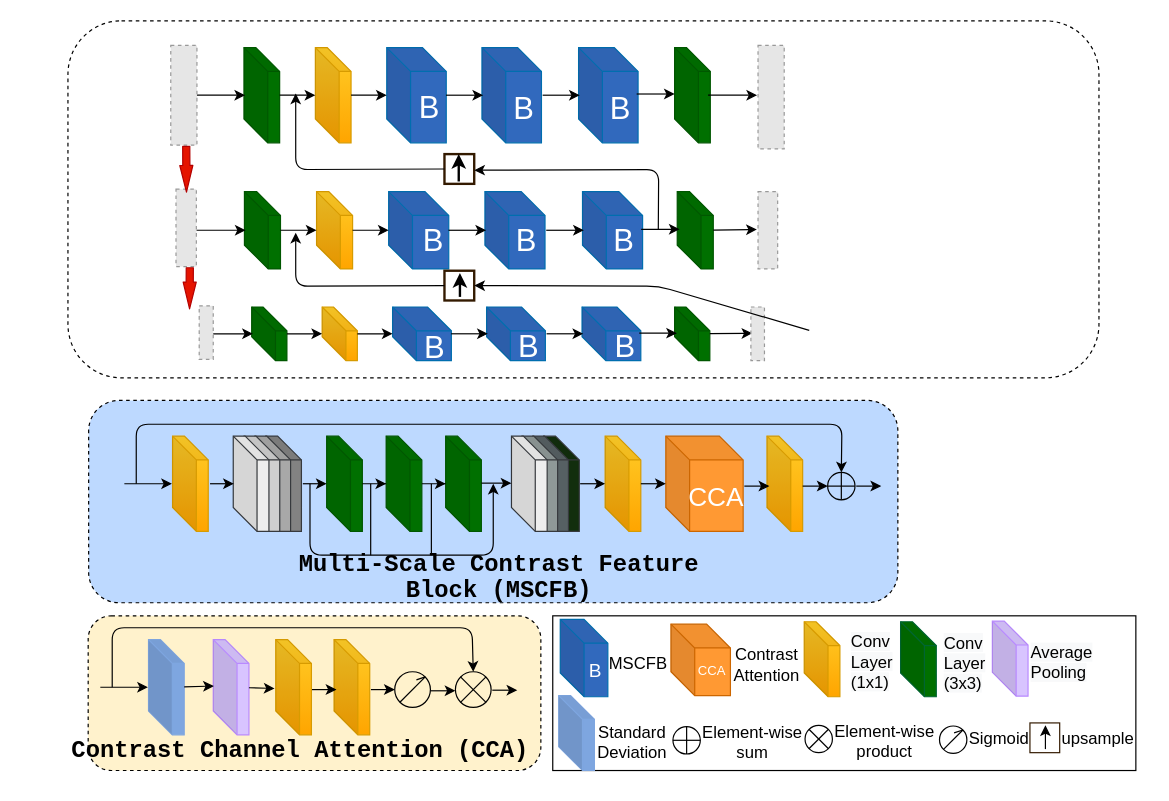
The draw.io diagram photo/LPNet.drawio in JiaqianLi/TEST, before the edit. Source tidied: cells renumbered, new cells numbered last; positions are measured from the earlier drawing's top-left corner, leaving out a move shared by most shapes. Both pictures are drawn from the tidied source at 119%, with x=0, y=0 at pixel (20, 20). Pictures stored in the file or linked from it are replaced by grey dashed boxes.
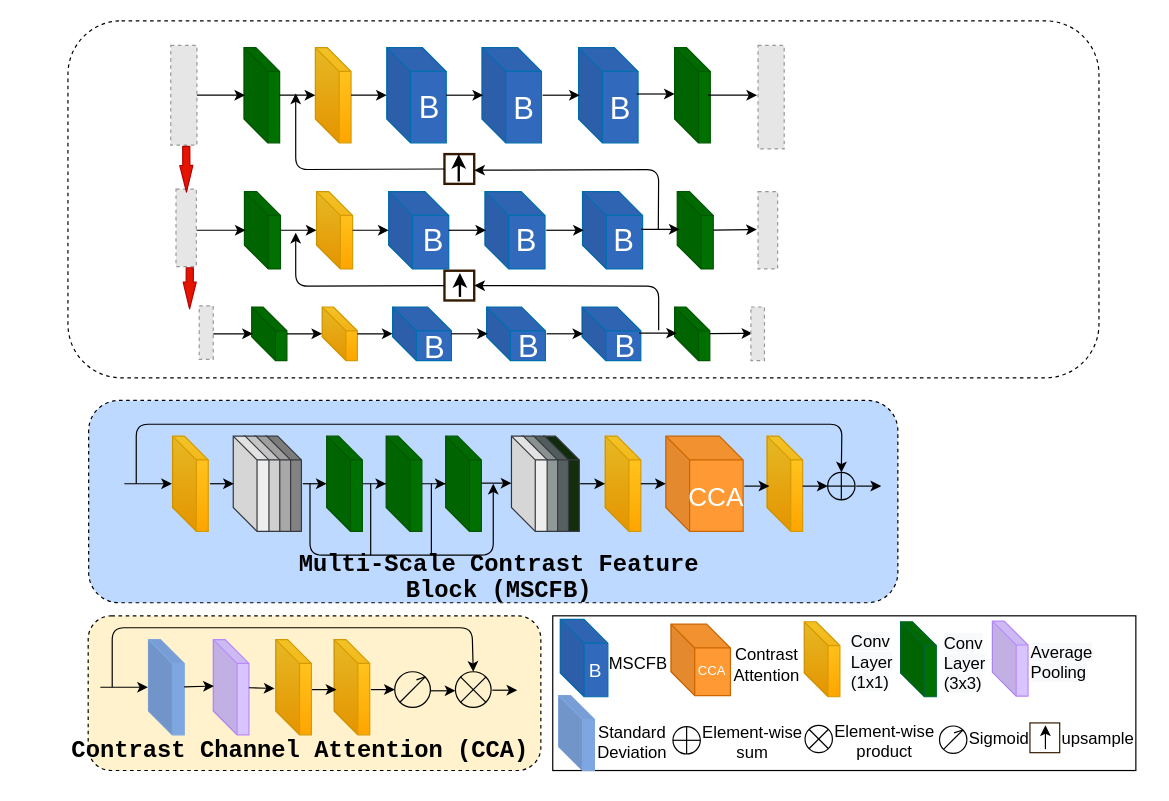
After the change.

The change refers to these unchanged cells:
```xml
<mxCell id="2" style="rounded=1;whiteSpace=wrap;html=1;shadow=0;fillColor=none;dashed=1;" parent="1" vertex="1">
  <mxGeometry x="39.6" width="866.4" height="300" as="geometry" />
</mxCell>
<mxCell id="151" style="rounded=0;whiteSpace=wrap;html=1;shadow=0;labelBackgroundColor=none;strokeColor=#331A00;strokeWidth=2;gradientColor=none;fontSize=14;fontColor=#000000;fillColor=none;" parent="150" vertex="1">
  <mxGeometry width="25" height="25" as="geometry" />
</mxCell>
```

Diff of the diagram source:
```diff
@@
-    <mxCell id="154" style="endArrow=classic;html=1;strokeWidth=1;fontSize=14;fontColor=#000000;entryX=1;entryY=0.5;entryDx=0;entryDy=0;exitX=0.719;exitY=0.867;exitDx=0;exitDy=0;exitPerimeter=0;" parent="1" edge="1" source="2" target="151">
+    <mxCell id="154" style="endArrow=classic;html=1;strokeWidth=1;fontSize=14;fontColor=#000000;entryX=1;entryY=0.5;entryDx=0;entryDy=0;" parent="1" edge="1" target="151">
       <mxGeometry relative="1" as="geometry">
+        <mxPoint x="536" y="260" as="sourcePoint" />
         <Array as="points">
           <mxPoint x="536" y="223" />
         </Array>
       </mxGeometry>
     </mxCell>
```
